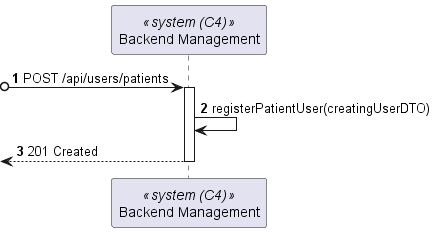
This is docs/BackofficeUserLogIn/views/level2/process-view.png from Lapr5G21/sem5pi-24-25-3ddg21, a PlantUML export, as it was before one commit.
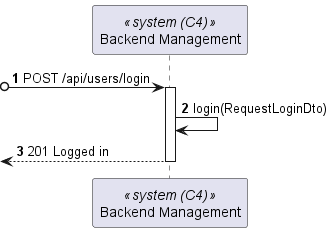
Above is the later version.

Diff of the diagram source:
```diff
@@ -3,11 +3,11 @@
 autonumber
 participant SYS as "Backend Management" <<system (C4)>>
 
-?o-> SYS : POST /api/users/patients
+?o-> SYS : POST /api/users/login
 activate SYS
 
-SYS -> SYS : registerPatientUser(creatingUserDTO)
-<-- SYS : 201 Created
+SYS -> SYS : login(RequestLoginDto)
+<-- SYS : 201 Logged in
 deactivate SYS
 
 
```
